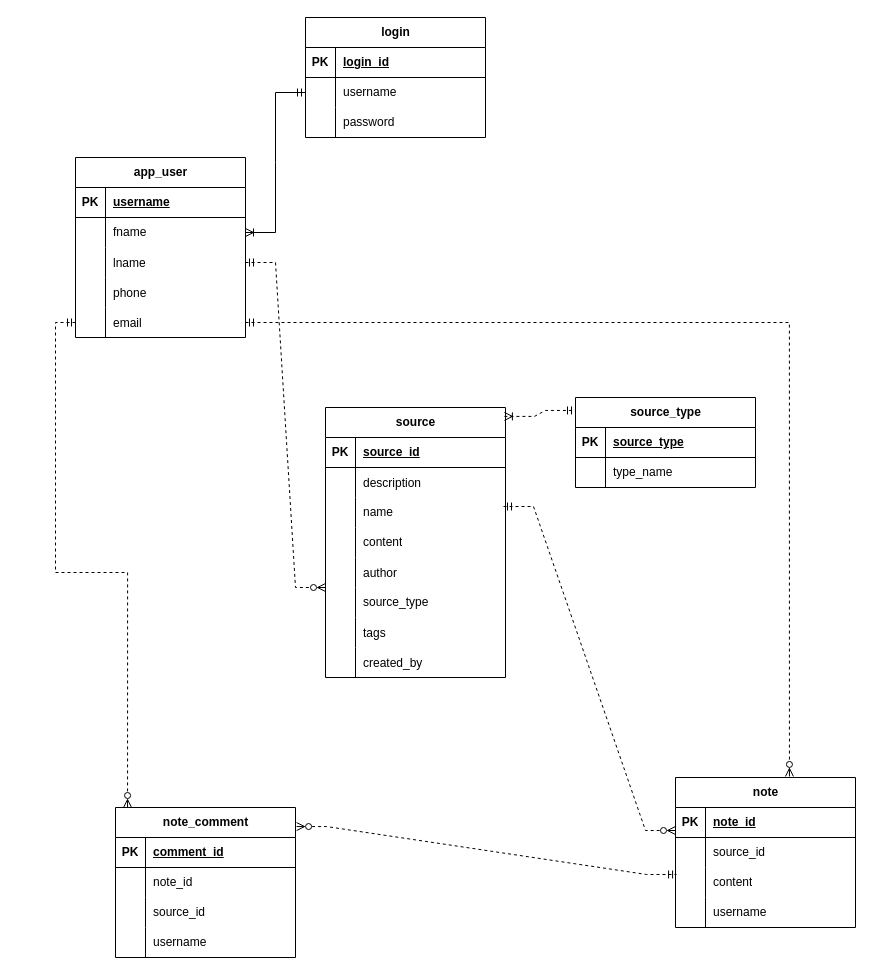
Cwill124/Group3Spring2024Capstone keeps this draw.io diagram as documentation/db_ER_diagram/CapstoneDB.drawio. Above is the earlier version. Source tidied: cells renumbered, new cells numbered last; positions are measured from the earlier drawing's top-left corner, leaving out a move shared by most shapes. Both pictures are drawn from the tidied source at 100%, with x=0, y=0 at pixel (75, 17).
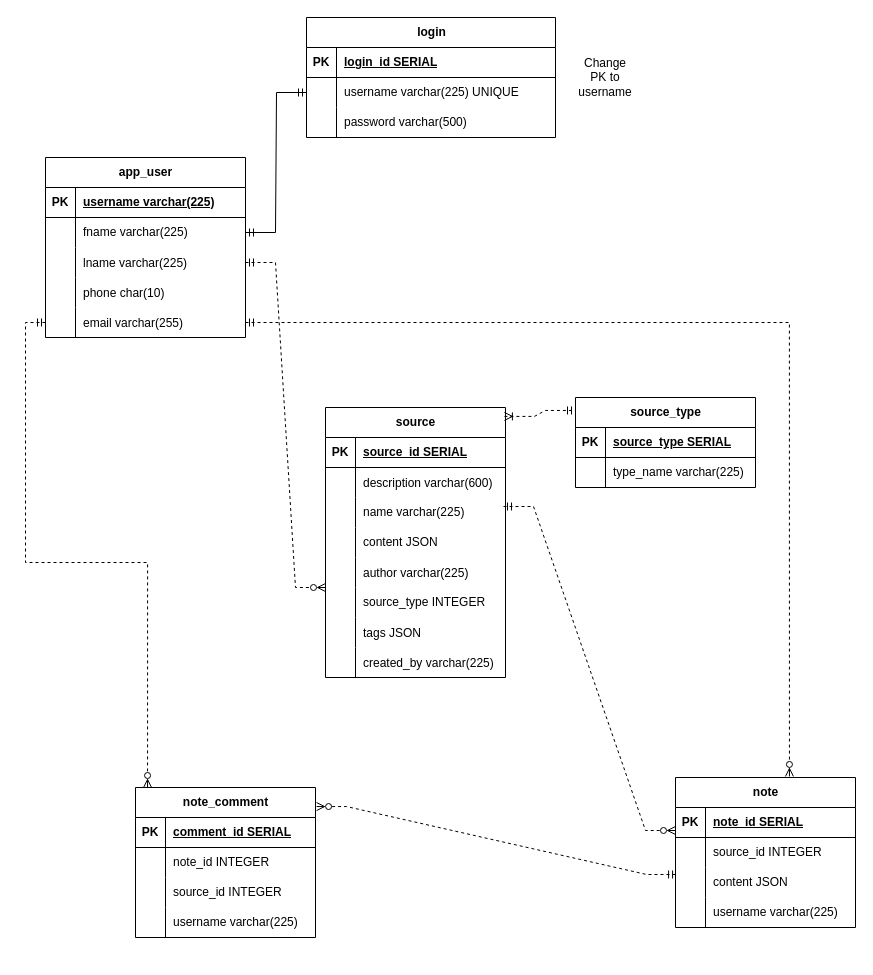
After the change.

The change refers to these unchanged cells:
```xml
<mxCell id="29" style="shape=tableRow;horizontal=0;startSize=0;swimlaneHead=0;swimlaneBody=0;fillColor=none;top=0;left=0;right=0;bottom=1;" parent="28" vertex="1">
  <mxGeometry y="30" width="180" height="30" as="geometry" />
</mxCell>
<mxCell id="32" style="shape=tableRow;horizontal=0;startSize=0;swimlaneHead=0;swimlaneBody=0;fillColor=none;top=0;left=0;right=0;bottom=0;" parent="28" vertex="1">
  <mxGeometry y="60" width="180" height="30" as="geometry" />
</mxCell>
<mxCell id="35" style="shape=tableRow;horizontal=0;startSize=0;swimlaneHead=0;swimlaneBody=0;fillColor=none;points=[[0,0.5],[1,0.5]];portConstraint=eastwest;top=0;left=0;right=0;bottom=0;" parent="28" vertex="1">
  <mxGeometry y="90" width="180" height="30" as="geometry" />
</mxCell>
<mxCell id="38" style="shape=tableRow;horizontal=0;startSize=0;swimlaneHead=0;swimlaneBody=0;fillColor=none;top=0;left=0;right=0;bottom=0;" parent="28" vertex="1">
  <mxGeometry y="120" width="180" height="30" as="geometry" />
</mxCell>
<mxCell id="41" style="shape=tableRow;horizontal=0;startSize=0;swimlaneHead=0;swimlaneBody=0;fillColor=none;top=0;left=0;right=0;bottom=0;" parent="28" vertex="1">
  <mxGeometry y="150" width="180" height="30" as="geometry" />
</mxCell>
<mxCell id="44" style="shape=tableRow;horizontal=0;startSize=0;swimlaneHead=0;swimlaneBody=0;fillColor=none;points=[[0,0.5],[1,0.5]];portConstraint=eastwest;top=0;left=0;right=0;bottom=0;" parent="28" vertex="1">
  <mxGeometry y="180" width="180" height="30" as="geometry" />
</mxCell>
<mxCell id="47" style="shape=tableRow;horizontal=0;startSize=0;swimlaneHead=0;swimlaneBody=0;fillColor=none;top=0;left=0;right=0;bottom=0;" parent="28" vertex="1">
  <mxGeometry y="210" width="180" height="30" as="geometry" />
</mxCell>
<mxCell id="50" style="shape=tableRow;horizontal=0;startSize=0;swimlaneHead=0;swimlaneBody=0;fillColor=none;top=0;left=0;right=0;bottom=0;" parent="28" vertex="1">
  <mxGeometry y="240" width="180" height="30" as="geometry" />
</mxCell>
<mxCell id="54" style="shape=tableRow;horizontal=0;startSize=0;swimlaneHead=0;swimlaneBody=0;fillColor=none;top=0;left=0;right=0;bottom=1;" parent="53" vertex="1">
  <mxGeometry y="30" width="180" height="30" as="geometry" />
</mxCell>
<mxCell id="57" style="shape=tableRow;horizontal=0;startSize=0;swimlaneHead=0;swimlaneBody=0;fillColor=none;top=0;left=0;right=0;bottom=0;" parent="53" vertex="1">
  <mxGeometry y="60" width="180" height="30" as="geometry" />
</mxCell>
<mxCell id="61" style="shape=tableRow;horizontal=0;startSize=0;swimlaneHead=0;swimlaneBody=0;fillColor=none;top=0;left=0;right=0;bottom=1;" parent="60" vertex="1">
  <mxGeometry y="30" width="180" height="30" as="geometry" />
</mxCell>
<mxCell id="64" style="shape=tableRow;horizontal=0;startSize=0;swimlaneHead=0;swimlaneBody=0;fillColor=none;points=[[0,0.5],[1,0.5]];portConstraint=eastwest;top=0;left=0;right=0;bottom=0;" parent="60" vertex="1">
  <mxGeometry y="60" width="180" height="30" as="geometry" />
</mxCell>
<mxCell id="67" style="shape=tableRow;horizontal=0;startSize=0;swimlaneHead=0;swimlaneBody=0;fillColor=none;top=0;left=0;right=0;bottom=0;" parent="60" vertex="1">
  <mxGeometry y="90" width="180" height="30" as="geometry" />
</mxCell>
<mxCell id="70" style="shape=tableRow;horizontal=0;startSize=0;swimlaneHead=0;swimlaneBody=0;fillColor=none;top=0;left=0;right=0;bottom=0;" parent="60" vertex="1">
  <mxGeometry y="120" width="180" height="30" as="geometry" />
</mxCell>
<mxCell id="75" style="shape=tableRow;horizontal=0;startSize=0;swimlaneHead=0;swimlaneBody=0;fillColor=none;top=0;left=0;right=0;bottom=1;" parent="74" vertex="1">
  <mxGeometry y="30" width="180" height="30" as="geometry" />
</mxCell>
<mxCell id="78" style="shape=tableRow;horizontal=0;startSize=0;swimlaneHead=0;swimlaneBody=0;fillColor=none;top=0;left=0;right=0;bottom=0;" parent="74" vertex="1">
  <mxGeometry y="60" width="180" height="30" as="geometry" />
</mxCell>
<mxCell id="81" style="shape=tableRow;horizontal=0;startSize=0;swimlaneHead=0;swimlaneBody=0;fillColor=none;top=0;left=0;right=0;bottom=0;" parent="74" vertex="1">
  <mxGeometry y="90" width="180" height="30" as="geometry" />
</mxCell>
<mxCell id="84" style="shape=tableRow;horizontal=0;startSize=0;swimlaneHead=0;swimlaneBody=0;fillColor=none;top=0;left=0;right=0;bottom=0;" parent="74" vertex="1">
  <mxGeometry y="120" width="180" height="30" as="geometry" />
</mxCell>
```

The edit, as a diff of the source:
```diff
@@
     <mxCell id="2" value="app_user" style="shape=table;startSize=30;childLayout=tableLayout;rowLines=0;fontStyle=1;align=center;html=1;" parent="1" vertex="1">
-      <mxGeometry y="140" width="170" height="180" as="geometry" />
+      <mxGeometry x="-30" y="140" width="200" height="180" as="geometry" />
     </mxCell>
     <mxCell id="3" style="shape=tableRow;horizontal=0;startSize=0;swimlaneHead=0;swimlaneBody=0;fillColor=none;top=0;left=0;right=0;bottom=1;" parent="2" vertex="1">
-      <mxGeometry y="30" width="170" height="30" as="geometry" />
+      <mxGeometry y="30" width="200" height="30" as="geometry" />
     </mxCell>
@@
-    <mxCell id="5" value="username" style="shape=partialRectangle;fillColor=none;top=0;left=0;bottom=0;right=0;align=left;spacingLeft=6;fontStyle=5;overflow=hidden;whiteSpace=wrap;html=1;" parent="3" vertex="1">
-      <mxGeometry x="30" width="140" height="30" as="geometry" />
+    <mxCell id="5" value="username varchar(225)" style="shape=partialRectangle;fillColor=none;top=0;left=0;bottom=0;right=0;align=left;spacingLeft=6;fontStyle=5;overflow=hidden;whiteSpace=wrap;html=1;" parent="3" vertex="1">
+      <mxGeometry x="30" width="170" height="30" as="geometry" />
     </mxCell>
     <mxCell id="6" style="shape=tableRow;horizontal=0;startSize=0;swimlaneHead=0;swimlaneBody=0;fillColor=none;top=0;left=0;right=0;bottom=0;" parent="2" vertex="1">
-      <mxGeometry y="60" width="170" height="30" as="geometry" />
+      <mxGeometry y="60" width="200" height="30" as="geometry" />
     </mxCell>
@@
-    <mxCell id="8" value="fname" style="shape=partialRectangle;fillColor=none;top=0;left=0;bottom=0;right=0;align=left;spacingLeft=6;overflow=hidden;whiteSpace=wrap;html=1;" parent="6" vertex="1">
-      <mxGeometry x="30" width="140" height="30" as="geometry" />
+    <mxCell id="8" value="fname varchar(225)" style="shape=partialRectangle;fillColor=none;top=0;left=0;bottom=0;right=0;align=left;spacingLeft=6;overflow=hidden;whiteSpace=wrap;html=1;" parent="6" vertex="1">
+      <mxGeometry x="30" width="170" height="30" as="geometry" />
     </mxCell>
     <mxCell id="9" style="shape=tableRow;horizontal=0;startSize=0;swimlaneHead=0;swimlaneBody=0;fillColor=none;points=[[0,0.5],[1,0.5]];portConstraint=eastwest;top=0;left=0;right=0;bottom=0;" parent="2" vertex="1">
-      <mxGeometry y="90" width="170" height="30" as="geometry" />
+      <mxGeometry y="90" width="200" height="30" as="geometry" />
     </mxCell>
@@
-    <mxCell id="11" value="lname" style="shape=partialRectangle;fillColor=none;top=0;left=0;bottom=0;right=0;align=left;spacingLeft=6;overflow=hidden;" parent="9" vertex="1">
-      <mxGeometry x="30" width="140" height="30" as="geometry" />
+    <mxCell id="11" value="lname varchar(225)" style="shape=partialRectangle;fillColor=none;top=0;left=0;bottom=0;right=0;align=left;spacingLeft=6;overflow=hidden;" parent="9" vertex="1">
+      <mxGeometry x="30" width="170" height="30" as="geometry" />
     </mxCell>
     <mxCell id="12" style="shape=tableRow;horizontal=0;startSize=0;swimlaneHead=0;swimlaneBody=0;fillColor=none;top=0;left=0;right=0;bottom=0;" parent="2" vertex="1">
-      <mxGeometry y="120" width="170" height="30" as="geometry" />
+      <mxGeometry y="120" width="200" height="30" as="geometry" />
     </mxCell>
@@
-    <mxCell id="14" value="phone" style="shape=partialRectangle;fillColor=none;top=0;left=0;bottom=0;right=0;align=left;spacingLeft=6;overflow=hidden;" parent="12" vertex="1">
-      <mxGeometry x="30" width="140" height="30" as="geometry" />
+    <mxCell id="14" value="phone char(10)" style="shape=partialRectangle;fillColor=none;top=0;left=0;bottom=0;right=0;align=left;spacingLeft=6;overflow=hidden;" parent="12" vertex="1">
+      <mxGeometry x="30" width="170" height="30" as="geometry" />
     </mxCell>
     <mxCell id="15" style="shape=tableRow;horizontal=0;startSize=0;swimlaneHead=0;swimlaneBody=0;fillColor=none;points=[[0,0.5],[1,0.5]];portConstraint=eastwest;top=0;left=0;right=0;bottom=0;" parent="2" vertex="1">
-      <mxGeometry y="150" width="170" height="30" as="geometry" />
+      <mxGeometry y="150" width="200" height="30" as="geometry" />
     </mxCell>
@@
-    <mxCell id="17" value="email" style="shape=partialRectangle;fillColor=none;top=0;left=0;bottom=0;right=0;align=left;spacingLeft=6;overflow=hidden;" parent="15" vertex="1">
-      <mxGeometry x="30" width="140" height="30" as="geometry" />
+    <mxCell id="17" value="email varchar(255)" style="shape=partialRectangle;fillColor=none;top=0;left=0;bottom=0;right=0;align=left;spacingLeft=6;overflow=hidden;" parent="15" vertex="1">
+      <mxGeometry x="30" width="170" height="30" as="geometry" />
     </mxCell>
     <mxCell id="18" value="login" style="shape=table;startSize=30;childLayout=tableLayout;rowLines=0;fontStyle=1;align=center;html=1;" parent="1" vertex="1">
-      <mxGeometry x="230" width="180" height="120" as="geometry" />
+      <mxGeometry x="231" width="249" height="120" as="geometry" />
     </mxCell>
     <mxCell id="19" style="shape=tableRow;horizontal=0;startSize=0;swimlaneHead=0;swimlaneBody=0;fillColor=none;top=0;left=0;right=0;bottom=1;" parent="18" vertex="1">
-      <mxGeometry y="30" width="180" height="30" as="geometry" />
+      <mxGeometry y="30" width="249" height="30" as="geometry" />
     </mxCell>
@@
-    <mxCell id="21" value="login_id" style="shape=partialRectangle;fillColor=none;top=0;left=0;bottom=0;right=0;align=left;spacingLeft=6;fontStyle=5;overflow=hidden;whiteSpace=wrap;html=1;" parent="19" vertex="1">
-      <mxGeometry x="30" width="150" height="30" as="geometry" />
+    <mxCell id="21" value="login_id SERIAL" style="shape=partialRectangle;fillColor=none;top=0;left=0;bottom=0;right=0;align=left;spacingLeft=6;fontStyle=5;overflow=hidden;whiteSpace=wrap;html=1;" parent="19" vertex="1">
+      <mxGeometry x="30" width="219" height="30" as="geometry" />
     </mxCell>
     <mxCell id="22" style="shape=tableRow;horizontal=0;startSize=0;swimlaneHead=0;swimlaneBody=0;fillColor=none;points=[[0,0.5],[1,0.5]];portConstraint=eastwest;top=0;left=0;right=0;bottom=0;" parent="18" vertex="1">
-      <mxGeometry y="60" width="180" height="30" as="geometry" />
+      <mxGeometry y="60" width="249" height="30" as="geometry" />
     </mxCell>
@@
-    <mxCell id="24" value="username" style="shape=partialRectangle;fillColor=none;top=0;left=0;bottom=0;right=0;align=left;spacingLeft=6;overflow=hidden;whiteSpace=wrap;html=1;" parent="22" vertex="1">
-      <mxGeometry x="30" width="150" height="30" as="geometry" />
+    <mxCell id="24" value="username varchar(225) UNIQUE" style="shape=partialRectangle;fillColor=none;top=0;left=0;bottom=0;right=0;align=left;spacingLeft=6;overflow=hidden;whiteSpace=wrap;html=1;" parent="22" vertex="1">
+      <mxGeometry x="30" width="219" height="30" as="geometry" />
     </mxCell>
     <mxCell id="25" style="shape=tableRow;horizontal=0;startSize=0;swimlaneHead=0;swimlaneBody=0;fillColor=none;top=0;left=0;right=0;bottom=0;" parent="18" vertex="1">
-      <mxGeometry y="90" width="180" height="30" as="geometry" />
+      <mxGeometry y="90" width="249" height="30" as="geometry" />
     </mxCell>
@@
-    <mxCell id="27" value="password" style="shape=partialRectangle;fillColor=none;top=0;left=0;bottom=0;right=0;align=left;spacingLeft=6;overflow=hidden;whiteSpace=wrap;html=1;" parent="25" vertex="1">
-      <mxGeometry x="30" width="150" height="30" as="geometry" />
+    <mxCell id="27" value="password varchar(500)" style="shape=partialRectangle;fillColor=none;top=0;left=0;bottom=0;right=0;align=left;spacingLeft=6;overflow=hidden;whiteSpace=wrap;html=1;" parent="25" vertex="1">
+      <mxGeometry x="30" width="219" height="30" as="geometry" />
     </mxCell>
@@
-    <mxCell id="31" value="source_id" style="shape=partialRectangle;fillColor=none;top=0;left=0;bottom=0;right=0;align=left;spacingLeft=6;fontStyle=5;overflow=hidden;whiteSpace=wrap;html=1;" parent="29" vertex="1">
+    <mxCell id="31" value="source_id SERIAL" style="shape=partialRectangle;fillColor=none;top=0;left=0;bottom=0;right=0;align=left;spacingLeft=6;fontStyle=5;overflow=hidden;whiteSpace=wrap;html=1;" parent="29" vertex="1">
       <mxGeometry x="30" width="150" height="30" as="geometry" />
     </mxCell>
@@
-    <mxCell id="34" value="description" style="shape=partialRectangle;fillColor=none;top=0;left=0;bottom=0;right=0;align=left;spacingLeft=6;overflow=hidden;" parent="32" vertex="1">
+    <mxCell id="34" value="description varchar(600)" style="shape=partialRectangle;fillColor=none;top=0;left=0;bottom=0;right=0;align=left;spacingLeft=6;overflow=hidden;" parent="32" vertex="1">
       <mxGeometry x="30" width="150" height="30" as="geometry" />
     </mxCell>
@@
-    <mxCell id="37" value="name" style="shape=partialRectangle;fillColor=none;top=0;left=0;bottom=0;right=0;align=left;spacingLeft=6;overflow=hidden;whiteSpace=wrap;html=1;" parent="35" vertex="1">
+    <mxCell id="37" value="name varchar(225)" style="shape=partialRectangle;fillColor=none;top=0;left=0;bottom=0;right=0;align=left;spacingLeft=6;overflow=hidden;whiteSpace=wrap;html=1;" parent="35" vertex="1">
       <mxGeometry x="30" width="150" height="30" as="geometry" />
     </mxCell>
@@
-    <mxCell id="40" value="content" style="shape=partialRectangle;fillColor=none;top=0;left=0;bottom=0;right=0;align=left;spacingLeft=6;overflow=hidden;whiteSpace=wrap;html=1;" parent="38" vertex="1">
+    <mxCell id="40" value="content JSON" style="shape=partialRectangle;fillColor=none;top=0;left=0;bottom=0;right=0;align=left;spacingLeft=6;overflow=hidden;whiteSpace=wrap;html=1;" parent="38" vertex="1">
       <mxGeometry x="30" width="150" height="30" as="geometry" />
     </mxCell>
@@
-    <mxCell id="43" value="author" style="shape=partialRectangle;fillColor=none;top=0;left=0;bottom=0;right=0;align=left;spacingLeft=6;overflow=hidden;" parent="41" vertex="1">
+    <mxCell id="43" value="author varchar(225)" style="shape=partialRectangle;fillColor=none;top=0;left=0;bottom=0;right=0;align=left;spacingLeft=6;overflow=hidden;" parent="41" vertex="1">
       <mxGeometry x="30" width="150" height="30" as="geometry" />
     </mxCell>
@@
-    <mxCell id="46" value="source_type" style="shape=partialRectangle;fillColor=none;top=0;left=0;bottom=0;right=0;align=left;spacingLeft=6;overflow=hidden;whiteSpace=wrap;html=1;" parent="44" vertex="1">
+    <mxCell id="46" value="source_type INTEGER" style="shape=partialRectangle;fillColor=none;top=0;left=0;bottom=0;right=0;align=left;spacingLeft=6;overflow=hidden;whiteSpace=wrap;html=1;" parent="44" vertex="1">
       <mxGeometry x="30" width="150" height="30" as="geometry" />
     </mxCell>
@@
-    <mxCell id="49" value="tags" style="shape=partialRectangle;fillColor=none;top=0;left=0;bottom=0;right=0;align=left;spacingLeft=6;overflow=hidden;" parent="47" vertex="1">
+    <mxCell id="49" value="tags JSON" style="shape=partialRectangle;fillColor=none;top=0;left=0;bottom=0;right=0;align=left;spacingLeft=6;overflow=hidden;" parent="47" vertex="1">
       <mxGeometry x="30" width="150" height="30" as="geometry" />
     </mxCell>
@@
-    <mxCell id="52" value="created_by" style="shape=partialRectangle;fillColor=none;top=0;left=0;bottom=0;right=0;align=left;spacingLeft=6;overflow=hidden;" parent="50" vertex="1">
+    <mxCell id="52" value="created_by varchar(225)" style="shape=partialRectangle;fillColor=none;top=0;left=0;bottom=0;right=0;align=left;spacingLeft=6;overflow=hidden;" parent="50" vertex="1">
       <mxGeometry x="30" width="150" height="30" as="geometry" />
     </mxCell>
@@
-    <mxCell id="56" value="source_type" style="shape=partialRectangle;fillColor=none;top=0;left=0;bottom=0;right=0;align=left;spacingLeft=6;fontStyle=5;overflow=hidden;whiteSpace=wrap;html=1;" parent="54" vertex="1">
+    <mxCell id="56" value="source_type SERIAL" style="shape=partialRectangle;fillColor=none;top=0;left=0;bottom=0;right=0;align=left;spacingLeft=6;fontStyle=5;overflow=hidden;whiteSpace=wrap;html=1;" parent="54" vertex="1">
       <mxGeometry x="30" width="150" height="30" as="geometry" />
     </mxCell>
@@
-    <mxCell id="59" value="type_name" style="shape=partialRectangle;fillColor=none;top=0;left=0;bottom=0;right=0;align=left;spacingLeft=6;overflow=hidden;whiteSpace=wrap;html=1;" parent="57" vertex="1">
+    <mxCell id="59" value="type_name varchar(225)" style="shape=partialRectangle;fillColor=none;top=0;left=0;bottom=0;right=0;align=left;spacingLeft=6;overflow=hidden;whiteSpace=wrap;html=1;" parent="57" vertex="1">
       <mxGeometry x="30" width="150" height="30" as="geometry" />
     </mxCell>
@@
-    <mxCell id="63" value="note_id" style="shape=partialRectangle;fillColor=none;top=0;left=0;bottom=0;right=0;align=left;spacingLeft=6;fontStyle=5;overflow=hidden;whiteSpace=wrap;html=1;" parent="61" vertex="1">
+    <mxCell id="63" value="note_id SERIAL" style="shape=partialRectangle;fillColor=none;top=0;left=0;bottom=0;right=0;align=left;spacingLeft=6;fontStyle=5;overflow=hidden;whiteSpace=wrap;html=1;" parent="61" vertex="1">
       <mxGeometry x="30" width="150" height="30" as="geometry" />
     </mxCell>
@@
-    <mxCell id="66" value="source_id" style="shape=partialRectangle;fillColor=none;top=0;left=0;bottom=0;right=0;align=left;spacingLeft=6;overflow=hidden;whiteSpace=wrap;html=1;" parent="64" vertex="1">
+    <mxCell id="66" value="source_id INTEGER" style="shape=partialRectangle;fillColor=none;top=0;left=0;bottom=0;right=0;align=left;spacingLeft=6;overflow=hidden;whiteSpace=wrap;html=1;" parent="64" vertex="1">
       <mxGeometry x="30" width="150" height="30" as="geometry" />
     </mxCell>
@@
-    <mxCell id="69" value="content" style="shape=partialRectangle;fillColor=none;top=0;left=0;bottom=0;right=0;align=left;spacingLeft=6;overflow=hidden;whiteSpace=wrap;html=1;" parent="67" vertex="1">
+    <mxCell id="69" value="content JSON" style="shape=partialRectangle;fillColor=none;top=0;left=0;bottom=0;right=0;align=left;spacingLeft=6;overflow=hidden;whiteSpace=wrap;html=1;" parent="67" vertex="1">
       <mxGeometry x="30" width="150" height="30" as="geometry" />
     </mxCell>
@@
-    <mxCell id="72" value="username" style="shape=partialRectangle;fillColor=none;top=0;left=0;bottom=0;right=0;align=left;spacingLeft=6;overflow=hidden;whiteSpace=wrap;html=1;" parent="70" vertex="1">
+    <mxCell id="72" value="username varchar(225)" style="shape=partialRectangle;fillColor=none;top=0;left=0;bottom=0;right=0;align=left;spacingLeft=6;overflow=hidden;whiteSpace=wrap;html=1;" parent="70" vertex="1">
       <mxGeometry x="30" width="150" height="30" as="geometry" />
     </mxCell>
-    <mxCell id="73" style="edgeStyle=entityRelationEdgeStyle;fontSize=12;html=1;endArrow=ERmandOne;startArrow=ERoneToMany;rounded=0;exitX=1;exitY=0.5;exitDx=0;exitDy=0;entryX=0;entryY=0.5;entryDx=0;entryDy=0;endFill=0;startFill=0;" parent="1" edge="1" target="22">
+    <mxCell id="73" style="edgeStyle=entityRelationEdgeStyle;fontSize=12;html=1;endArrow=ERmandOne;startArrow=ERmandOne;rounded=0;exitX=1;exitY=0.5;exitDx=0;exitDy=0;entryX=0;entryY=0.5;entryDx=0;entryDy=0;endFill=0;startFill=0;" parent="1" edge="1" target="22">
       <mxGeometry relative="1" as="geometry">
         <mxPoint x="170" y="215" as="sourcePoint" />
         <Array as="points">
           <mxPoint x="210" y="310" />
         </Array>
       </mxGeometry>
     </mxCell>
     <mxCell id="74" value="note_comment" style="shape=table;startSize=30;childLayout=tableLayout;rowLines=0;fontStyle=1;align=center;html=1;" parent="1" vertex="1">
-      <mxGeometry x="40" y="790" width="180" height="150" as="geometry" />
+      <mxGeometry x="60" y="770" width="180" height="150" as="geometry" />
     </mxCell>
@@
-    <mxCell id="77" value="comment_id" style="shape=partialRectangle;fillColor=none;top=0;left=0;bottom=0;right=0;align=left;spacingLeft=6;fontStyle=5;overflow=hidden;whiteSpace=wrap;html=1;" parent="75" vertex="1">
+    <mxCell id="77" value="comment_id SERIAL" style="shape=partialRectangle;fillColor=none;top=0;left=0;bottom=0;right=0;align=left;spacingLeft=6;fontStyle=5;overflow=hidden;whiteSpace=wrap;html=1;" parent="75" vertex="1">
       <mxGeometry x="30" width="150" height="30" as="geometry" />
     </mxCell>
@@
-    <mxCell id="80" value="note_id" style="shape=partialRectangle;fillColor=none;top=0;left=0;bottom=0;right=0;align=left;spacingLeft=6;overflow=hidden;whiteSpace=wrap;html=1;" parent="78" vertex="1">
+    <mxCell id="80" value="note_id INTEGER" style="shape=partialRectangle;fillColor=none;top=0;left=0;bottom=0;right=0;align=left;spacingLeft=6;overflow=hidden;whiteSpace=wrap;html=1;" parent="78" vertex="1">
       <mxGeometry x="30" width="150" height="30" as="geometry" />
     </mxCell>
@@
-    <mxCell id="83" value="source_id" style="shape=partialRectangle;fillColor=none;top=0;left=0;bottom=0;right=0;align=left;spacingLeft=6;overflow=hidden;whiteSpace=wrap;html=1;" parent="81" vertex="1">
+    <mxCell id="83" value="source_id INTEGER" style="shape=partialRectangle;fillColor=none;top=0;left=0;bottom=0;right=0;align=left;spacingLeft=6;overflow=hidden;whiteSpace=wrap;html=1;" parent="81" vertex="1">
       <mxGeometry x="30" width="150" height="30" as="geometry" />
     </mxCell>
@@
-    <mxCell id="86" value="username" style="shape=partialRectangle;fillColor=none;top=0;left=0;bottom=0;right=0;align=left;spacingLeft=6;overflow=hidden;whiteSpace=wrap;html=1;" parent="84" vertex="1">
+    <mxCell id="86" value="username varchar(225)" style="shape=partialRectangle;fillColor=none;top=0;left=0;bottom=0;right=0;align=left;spacingLeft=6;overflow=hidden;whiteSpace=wrap;html=1;" parent="84" vertex="1">
       <mxGeometry x="30" width="150" height="30" as="geometry" />
     </mxCell>
@@
+    <mxCell id="93" value="Change PK to username" style="text;html=1;strokeColor=none;fillColor=none;align=center;verticalAlign=middle;whiteSpace=wrap;rounded=0;" parent="1" vertex="1">
+      <mxGeometry x="500" y="45" width="60" height="30" as="geometry" />
+    </mxCell>
```
